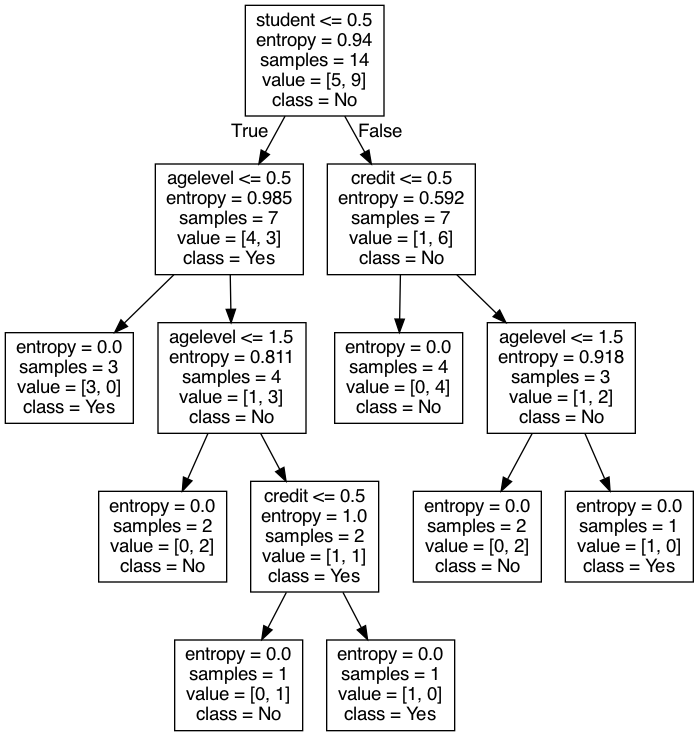
Above: homework/20221004/buyComputer_tree.png in LEECHIENKUAN/taiwantech_datamining (Graphviz), before the change. Its source is kept beside it as homework/20221004/buyComputer_tree.dot. Its diagram source:
```dot
digraph Tree {
node [shape=box, fontname="helvetica"] ;
edge [fontname="helvetica"] ;
0 [label="student <= 0.5\nentropy = 0.94\nsamples = 14\nvalue = [5, 9]\nclass = No"] ;
1 [label="agelevel <= 0.5\nentropy = 0.985\nsamples = 7\nvalue = [4, 3]\nclass = Yes"] ;
0 -> 1 [labeldistance=2.5, labelangle=45, headlabel="True"] ;
2 [label="entropy = 0.0\nsamples = 3\nvalue = [3, 0]\nclass = Yes"] ;
1 -> 2 ;
3 [label="agelevel <= 1.5\nentropy = 0.811\nsamples = 4\nvalue = [1, 3]\nclass = No"] ;
1 -> 3 ;
4 [label="entropy = 0.0\nsamples = 2\nvalue = [0, 2]\nclass = No"] ;
3 -> 4 ;
5 [label="credit <= 0.5\nentropy = 1.0\nsamples = 2\nvalue = [1, 1]\nclass = Yes"] ;
3 -> 5 ;
6 [label="entropy = 0.0\nsamples = 1\nvalue = [0, 1]\nclass = No"] ;
5 -> 6 ;
7 [label="entropy = 0.0\nsamples = 1\nvalue = [1, 0]\nclass = Yes"] ;
5 -> 7 ;
8 [label="credit <= 0.5\nentropy = 0.592\nsamples = 7\nvalue = [1, 6]\nclass = No"] ;
0 -> 8 [labeldistance=2.5, labelangle=-45, headlabel="False"] ;
9 [label="entropy = 0.0\nsamples = 4\nvalue = [0, 4]\nclass = No"] ;
8 -> 9 ;
10 [label="agelevel <= 1.5\nentropy = 0.918\nsamples = 3\nvalue = [1, 2]\nclass = No"] ;
8 -> 10 ;
11 [label="entropy = 0.0\nsamples = 2\nvalue = [0, 2]\nclass = No"] ;
10 -> 11 ;
12 [label="entropy = 0.0\nsamples = 1\nvalue = [1, 0]\nclass = Yes"] ;
10 -> 12 ;
}
```
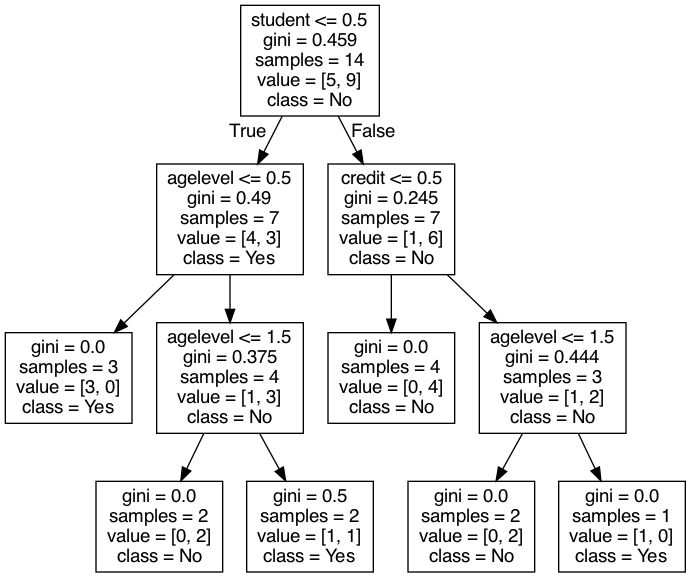
After the change.

The edit, as a diff of the source:
```diff
@@ -1,29 +1,25 @@
 digraph Tree {
 node [shape=box, fontname="helvetica"] ;
 edge [fontname="helvetica"] ;
-0 [label="student <= 0.5\nentropy = 0.94\nsamples = 14\nvalue = [5, 9]\nclass = No"] ;
-1 [label="agelevel <= 0.5\nentropy = 0.985\nsamples = 7\nvalue = [4, 3]\nclass = Yes"] ;
+0 [label="student <= 0.5\ngini = 0.459\nsamples = 14\nvalue = [5, 9]\nclass = No"] ;
+1 [label="agelevel <= 0.5\ngini = 0.49\nsamples = 7\nvalue = [4, 3]\nclass = Yes"] ;
 0 -> 1 [labeldistance=2.5, labelangle=45, headlabel="True"] ;
-2 [label="entropy = 0.0\nsamples = 3\nvalue = [3, 0]\nclass = Yes"] ;
+2 [label="gini = 0.0\nsamples = 3\nvalue = [3, 0]\nclass = Yes"] ;
 1 -> 2 ;
-3 [label="agelevel <= 1.5\nentropy = 0.811\nsamples = 4\nvalue = [1, 3]\nclass = No"] ;
+3 [label="agelevel <= 1.5\ngini = 0.375\nsamples = 4\nvalue = [1, 3]\nclass = No"] ;
 1 -> 3 ;
-4 [label="entropy = 0.0\nsamples = 2\nvalue = [0, 2]\nclass = No"] ;
+4 [label="gini = 0.0\nsamples = 2\nvalue = [0, 2]\nclass = No"] ;
 3 -> 4 ;
-5 [label="credit <= 0.5\nentropy = 1.0\nsamples = 2\nvalue = [1, 1]\nclass = Yes"] ;
+5 [label="gini = 0.5\nsamples = 2\nvalue = [1, 1]\nclass = Yes"] ;
 3 -> 5 ;
-6 [label="entropy = 0.0\nsamples = 1\nvalue = [0, 1]\nclass = No"] ;
-5 -> 6 ;
-7 [label="entropy = 0.0\nsamples = 1\nvalue = [1, 0]\nclass = Yes"] ;
-5 -> 7 ;
-8 [label="credit <= 0.5\nentropy = 0.592\nsamples = 7\nvalue = [1, 6]\nclass = No"] ;
-0 -> 8 [labeldistance=2.5, labelangle=-45, headlabel="False"] ;
-9 [label="entropy = 0.0\nsamples = 4\nvalue = [0, 4]\nclass = No"] ;
+6 [label="agelevel <= 1.5\ngini = 0.245\nsamples = 7\nvalue = [1, 6]\nclass = No"] ;
+0 -> 6 [labeldistance=2.5, labelangle=-45, headlabel="False"] ;
+7 [label="gini = 0.0\nsamples = 4\nvalue = [0, 4]\nclass = No"] ;
+6 -> 7 ;
+8 [label="credit <= 0.5\ngini = 0.444\nsamples = 3\nvalue = [1, 2]\nclass = No"] ;
+6 -> 8 ;
+9 [label="gini = 0.0\nsamples = 2\nvalue = [0, 2]\nclass = No"] ;
 8 -> 9 ;
-10 [label="agelevel <= 1.5\nentropy = 0.918\nsamples = 3\nvalue = [1, 2]\nclass = No"] ;
+10 [label="gini = 0.0\nsamples = 1\nvalue = [1, 0]\nclass = Yes"] ;
 8 -> 10 ;
-11 [label="entropy = 0.0\nsamples = 2\nvalue = [0, 2]\nclass = No"] ;
-10 -> 11 ;
-12 [label="entropy = 0.0\nsamples = 1\nvalue = [1, 0]\nclass = Yes"] ;
-10 -> 12 ;
 }
```
